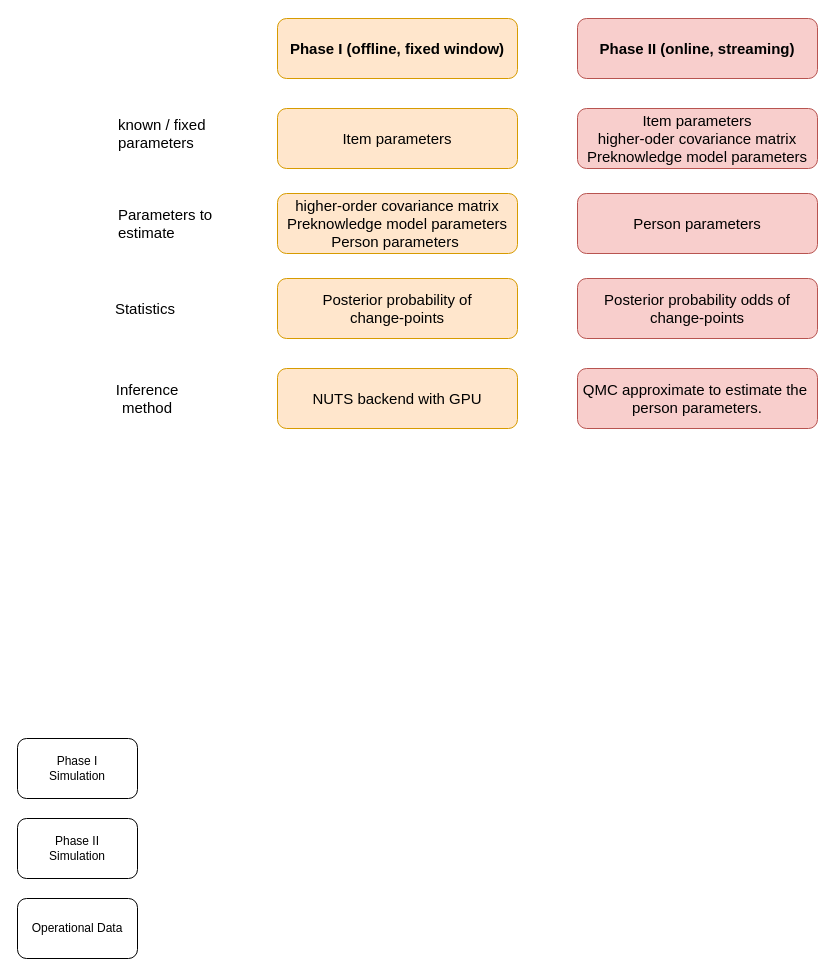
Before: page "Page-5" (6 of 8) of NCME_CPA.drawio in qipengchen/draw_io, a draw.io diagram. Source tidied: cells renumbered, new cells numbered last; positions are measured from the earlier drawing's top-left corner, leaving out a move shared by most shapes. Both pictures are drawn from the tidied source at 100%, with x=0, y=0 at pixel (17, 18).
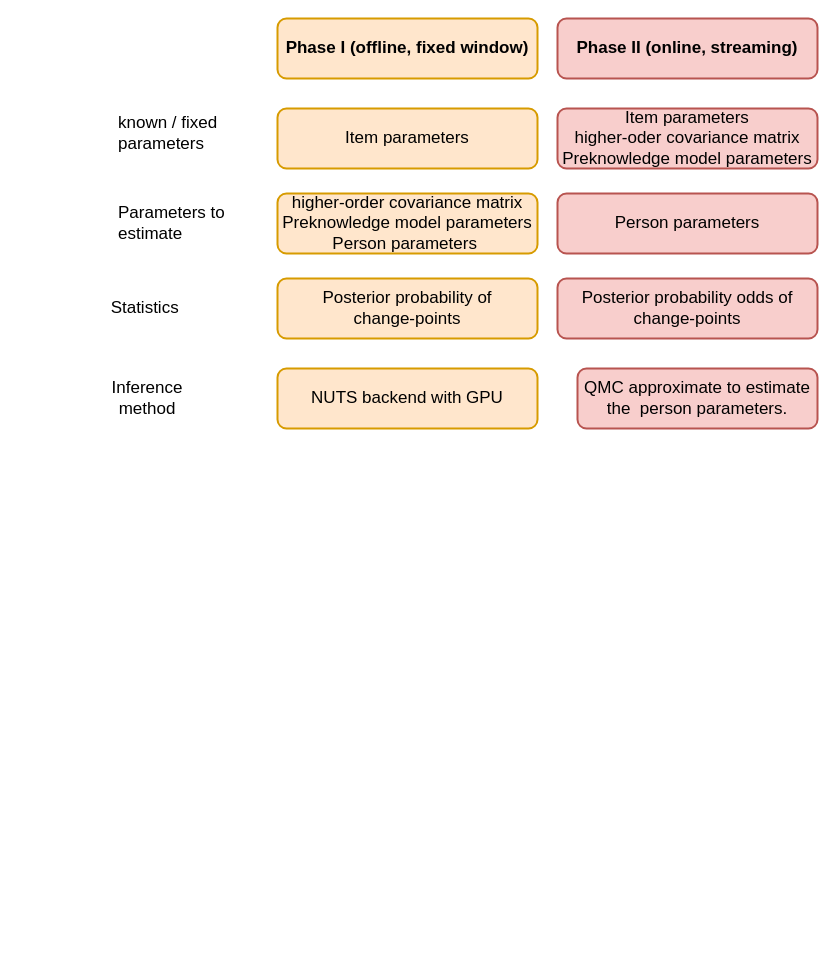
The same page after the edit.

Diff of the diagram source:
```diff
@@
 <mxGraphModel>
   <root>
     <mxCell id="0" />
     <mxCell id="1" parent="0" />
-    <mxCell id="2" value="Phase I&lt;br&gt;Simulation" style="rounded=1;whiteSpace=wrap;html=1;" parent="1" vertex="1">
-      <mxGeometry y="720" width="120" height="60" as="geometry" />
-    </mxCell>
-    <mxCell id="3" value="Phase II&lt;br&gt;Simulation" style="rounded=1;whiteSpace=wrap;html=1;" parent="1" vertex="1">
-      <mxGeometry y="800" width="120" height="60" as="geometry" />
-    </mxCell>
-    <mxCell id="4" value="Operational Data" style="rounded=1;whiteSpace=wrap;html=1;" parent="1" vertex="1">
-      <mxGeometry y="880" width="120" height="60" as="geometry" />
-    </mxCell>
-    <mxCell id="5" value="&lt;span style=&quot;text-align: left;&quot;&gt;Phase I (offline, fixed window)&lt;/span&gt;" style="rounded=1;whiteSpace=wrap;html=1;fontSize=15;fillColor=#ffe6cc;strokeColor=#d79b00;fontStyle=1;" parent="1" vertex="1">
-      <mxGeometry x="260" width="240" height="60" as="geometry" />
+    <mxCell id="5" value="&lt;span style=&quot;text-align: left;&quot;&gt;Phase I (offline, fixed window)&lt;/span&gt;" style="rounded=1;whiteSpace=wrap;html=1;fontSize=17;fillColor=#ffe6cc;strokeColor=#d79b00;fontStyle=1;strokeWidth=2;" parent="1" vertex="1">
+      <mxGeometry x="260" width="260" height="60" as="geometry" />
     </mxCell>
-    <mxCell id="6" value="&lt;div style=&quot;text-align: left;&quot;&gt;&lt;span style=&quot;background-color: transparent; color: light-dark(rgb(0, 0, 0), rgb(255, 255, 255));&quot;&gt;NUTS&amp;nbsp;&lt;/span&gt;&lt;span&gt;backend&lt;/span&gt;&lt;span style=&quot;background-color: transparent; color: light-dark(rgb(0, 0, 0), rgb(255, 255, 255));&quot;&gt;&amp;nbsp;with GPU&lt;/span&gt;&lt;/div&gt;" style="rounded=1;whiteSpace=wrap;html=1;fontSize=15;fillColor=#ffe6cc;strokeColor=#d79b00;" parent="1" vertex="1">
-      <mxGeometry x="260" y="350" width="240" height="60" as="geometry" />
+    <mxCell id="6" value="&lt;div style=&quot;text-align: left;&quot;&gt;&lt;span style=&quot;background-color: transparent; color: light-dark(rgb(0, 0, 0), rgb(255, 255, 255));&quot;&gt;NUTS&amp;nbsp;&lt;/span&gt;&lt;span&gt;backend&lt;/span&gt;&lt;span style=&quot;background-color: transparent; color: light-dark(rgb(0, 0, 0), rgb(255, 255, 255));&quot;&gt;&amp;nbsp;with GPU&lt;/span&gt;&lt;/div&gt;" style="rounded=1;whiteSpace=wrap;html=1;fontSize=17;fillColor=#ffe6cc;strokeColor=#d79b00;strokeWidth=2;" parent="1" vertex="1">
+      <mxGeometry x="260" y="350" width="260" height="60" as="geometry" />
     </mxCell>
-    <mxCell id="7" value="&lt;div style=&quot;&quot;&gt;Posterior probability of &lt;br&gt;change-points&lt;/div&gt;" style="rounded=1;whiteSpace=wrap;html=1;fontSize=15;align=center;fillColor=#ffe6cc;strokeColor=#d79b00;" parent="1" vertex="1">
-      <mxGeometry x="260" y="260" width="240" height="60" as="geometry" />
+    <mxCell id="7" value="&lt;div&gt;Posterior probability of &lt;br&gt;change-points&lt;/div&gt;" style="rounded=1;whiteSpace=wrap;html=1;fontSize=17;align=center;fillColor=#ffe6cc;strokeColor=#d79b00;strokeWidth=2;" parent="1" vertex="1">
+      <mxGeometry x="260" y="260" width="260" height="60" as="geometry" />
     </mxCell>
-    <mxCell id="8" value="Statistics&amp;nbsp;" style="text;html=1;align=center;verticalAlign=middle;whiteSpace=wrap;rounded=0;fontSize=15;" parent="1" vertex="1">
+    <mxCell id="8" value="Statistics&amp;nbsp;" style="text;html=1;align=center;verticalAlign=middle;whiteSpace=wrap;rounded=0;fontSize=17;strokeWidth=2;" parent="1" vertex="1">
       <mxGeometry x="100" y="275" width="60" height="30" as="geometry" />
     </mxCell>
-    <mxCell id="9" value="Inference method" style="text;html=1;align=center;verticalAlign=middle;whiteSpace=wrap;rounded=0;fontSize=15;" parent="1" vertex="1">
+    <mxCell id="9" value="Inference method" style="text;html=1;align=center;verticalAlign=middle;whiteSpace=wrap;rounded=0;fontSize=17;strokeWidth=2;" parent="1" vertex="1">
       <mxGeometry x="90" y="365" width="80" height="30" as="geometry" />
     </mxCell>
-    <mxCell id="10" value="&lt;span style=&quot;text-align: left;&quot;&gt;Phase II (online, streaming)&lt;/span&gt;" style="rounded=1;whiteSpace=wrap;html=1;fontSize=15;fillColor=#f8cecc;strokeColor=#b85450;fontStyle=1;" parent="1" vertex="1">
-      <mxGeometry x="560" width="240" height="60" as="geometry" />
+    <mxCell id="10" value="&lt;span style=&quot;text-align: left;&quot;&gt;Phase II (online, streaming)&lt;/span&gt;" style="rounded=1;whiteSpace=wrap;html=1;fontSize=17;fillColor=#f8cecc;strokeColor=#b85450;fontStyle=1;strokeWidth=2;" parent="1" vertex="1">
+      <mxGeometry x="540" width="260" height="60" as="geometry" />
     </mxCell>
-    <mxCell id="11" value="&lt;div style=&quot;&quot;&gt;QMC approximate to estimate the&amp;nbsp; person parameters.&lt;/div&gt;" style="rounded=1;whiteSpace=wrap;html=1;fontSize=15;align=center;fillColor=#f8cecc;strokeColor=#b85450;" parent="1" vertex="1">
+    <mxCell id="11" value="&lt;div&gt;QMC approximate to estimate the&amp;nbsp; person parameters.&lt;/div&gt;" style="rounded=1;whiteSpace=wrap;html=1;fontSize=17;align=center;fillColor=#f8cecc;strokeColor=#b85450;strokeWidth=2;" parent="1" vertex="1">
       <mxGeometry x="560" y="350" width="240" height="60" as="geometry" />
     </mxCell>
-    <mxCell id="12" value="&lt;div style=&quot;&quot;&gt;Posterior probability odds of &lt;br&gt;change-points&lt;/div&gt;" style="rounded=1;whiteSpace=wrap;html=1;fontSize=15;align=center;fillColor=#f8cecc;strokeColor=#b85450;" parent="1" vertex="1">
-      <mxGeometry x="560" y="260" width="240" height="60" as="geometry" />
+    <mxCell id="12" value="&lt;div&gt;Posterior probability odds of &lt;br&gt;change-points&lt;/div&gt;" style="rounded=1;whiteSpace=wrap;html=1;fontSize=17;align=center;fillColor=#f8cecc;strokeColor=#b85450;strokeWidth=2;" parent="1" vertex="1">
+      <mxGeometry x="540" y="260" width="260" height="60" as="geometry" />
     </mxCell>
-    <mxCell id="13" value="known / fixed&lt;br&gt;parameters" style="text;html=1;align=left;verticalAlign=middle;whiteSpace=wrap;rounded=0;fontSize=15;" parent="1" vertex="1">
+    <mxCell id="13" value="known / fixed&lt;br&gt;parameters" style="text;html=1;align=left;verticalAlign=middle;whiteSpace=wrap;rounded=0;fontSize=17;strokeWidth=2;" parent="1" vertex="1">
       <mxGeometry x="99" y="100" width="120" height="30" as="geometry" />
     </mxCell>
-    <mxCell id="14" value="&lt;div style=&quot;&quot;&gt;Item parameters&lt;/div&gt;" style="rounded=1;whiteSpace=wrap;html=1;fontSize=15;align=center;fillColor=#ffe6cc;strokeColor=#d79b00;" parent="1" vertex="1">
-      <mxGeometry x="260" y="90" width="240" height="60" as="geometry" />
+    <mxCell id="14" value="&lt;div&gt;Item parameters&lt;/div&gt;" style="rounded=1;whiteSpace=wrap;html=1;fontSize=17;align=center;fillColor=#ffe6cc;strokeColor=#d79b00;strokeWidth=2;" parent="1" vertex="1">
+      <mxGeometry x="260" y="90" width="260" height="60" as="geometry" />
     </mxCell>
-    <mxCell id="15" value="&lt;div style=&quot;&quot;&gt;Item parameters&lt;br&gt;higher-oder covariance matrix&lt;br&gt;Preknowledge model parameters&lt;/div&gt;" style="rounded=1;whiteSpace=wrap;html=1;fontSize=15;align=center;fillColor=#f8cecc;strokeColor=#b85450;" parent="1" vertex="1">
-      <mxGeometry x="560" y="90" width="240" height="60" as="geometry" />
+    <mxCell id="15" value="&lt;div&gt;Item parameters&lt;br&gt;higher-oder covariance matrix&lt;br&gt;Preknowledge model parameters&lt;/div&gt;" style="rounded=1;whiteSpace=wrap;html=1;fontSize=17;align=center;fillColor=#f8cecc;strokeColor=#b85450;strokeWidth=2;" parent="1" vertex="1">
+      <mxGeometry x="540" y="90" width="260" height="60" as="geometry" />
     </mxCell>
-    <mxCell id="16" value="Parameters to estimate" style="text;html=1;align=left;verticalAlign=middle;whiteSpace=wrap;rounded=0;fontSize=15;" parent="1" vertex="1">
+    <mxCell id="16" value="Parameters to estimate" style="text;html=1;align=left;verticalAlign=middle;whiteSpace=wrap;rounded=0;fontSize=17;strokeWidth=2;" parent="1" vertex="1">
       <mxGeometry x="99" y="190" width="130" height="30" as="geometry" />
     </mxCell>
-    <mxCell id="17" value="&lt;div style=&quot;&quot;&gt;higher-order covariance matrix&lt;br&gt;Preknowledge model parameters&lt;br&gt;Person parameters&amp;nbsp;&lt;/div&gt;" style="rounded=1;whiteSpace=wrap;html=1;fontSize=15;align=center;fillColor=#ffe6cc;strokeColor=#d79b00;" parent="1" vertex="1">
-      <mxGeometry x="260" y="175" width="240" height="60" as="geometry" />
+    <mxCell id="17" value="&lt;div&gt;higher-order covariance matrix&lt;br&gt;Preknowledge model parameters&lt;br&gt;Person parameters&amp;nbsp;&lt;/div&gt;" style="rounded=1;whiteSpace=wrap;html=1;fontSize=17;align=center;fillColor=#ffe6cc;strokeColor=#d79b00;strokeWidth=2;" parent="1" vertex="1">
+      <mxGeometry x="260" y="175" width="260" height="60" as="geometry" />
     </mxCell>
-    <mxCell id="18" value="&lt;div style=&quot;&quot;&gt;Person parameters&lt;/div&gt;" style="rounded=1;whiteSpace=wrap;html=1;fontSize=15;align=center;fillColor=#f8cecc;strokeColor=#b85450;" parent="1" vertex="1">
-      <mxGeometry x="560" y="175" width="240" height="60" as="geometry" />
+    <mxCell id="18" value="&lt;div&gt;Person parameters&lt;/div&gt;" style="rounded=1;whiteSpace=wrap;html=1;fontSize=17;align=center;fillColor=#f8cecc;strokeColor=#b85450;strokeWidth=2;" parent="1" vertex="1">
+      <mxGeometry x="540" y="175" width="260" height="60" as="geometry" />
     </mxCell>
   </root>
 </mxGraphModel>
```
